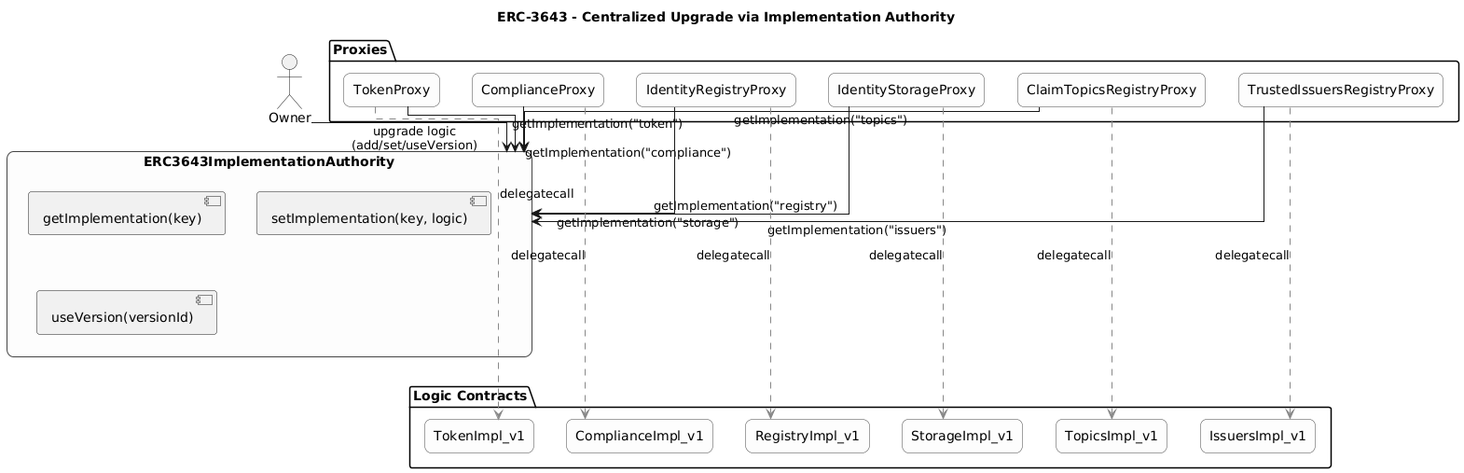
Earlier version of the PlantUML export docs/diagrams/ERC-3643/erc3643_implementation_authority.png (red-isbe/isbe-contracts).
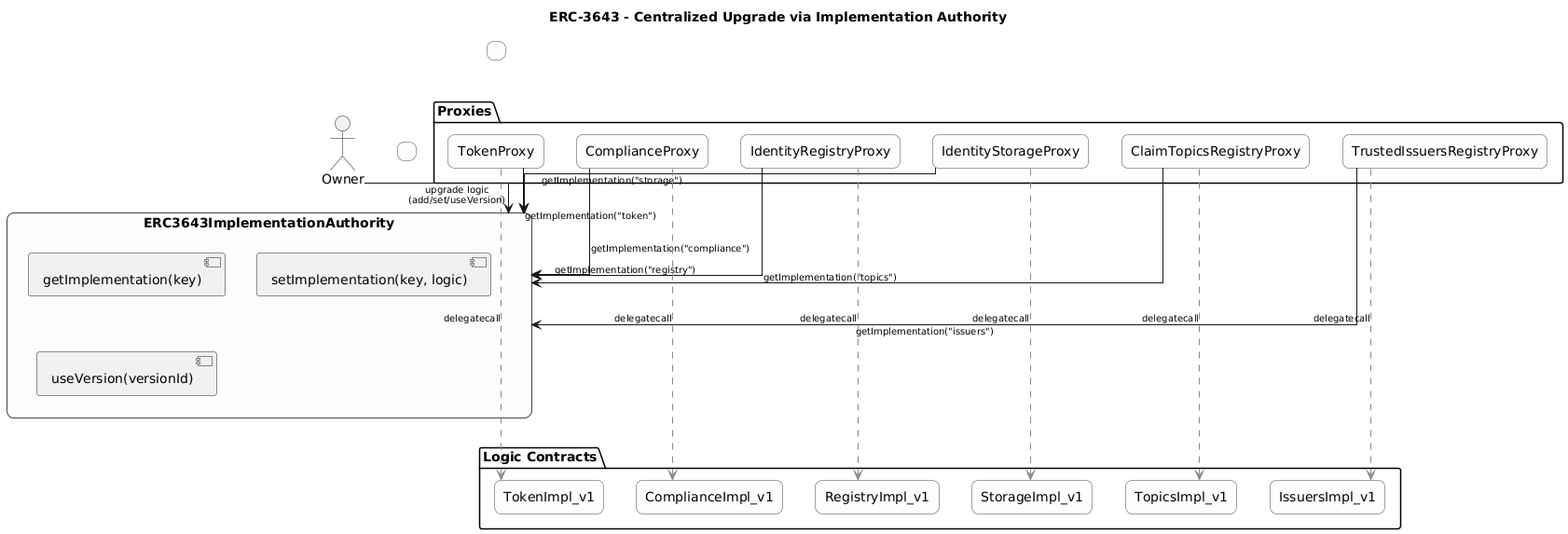
Above is the later version.

The edit, as a diff of the source:
```diff
@@ -8,6 +8,7 @@
   RoundCorner 15
 }
 skinparam defaultTextAlignment center
+skinparam ArrowFontSize 10
 
 actor Owner
 
@@ -17,6 +18,9 @@
   [useVersion(versionId)]
 }
 
+rectangle " " as Spacer1
+Spacer1 -[hidden]-> Authority
+
 package "Proxies" {
   rectangle TokenProxy
   rectangle ComplianceProxy
@@ -25,6 +29,9 @@
   rectangle ClaimTopicsRegistryProxy
   rectangle TrustedIssuersRegistryProxy
 }
+
+rectangle " " as Spacer2
+Spacer2 -[hidden]-> TokenProxy
 
 package "Logic Contracts" {
   rectangle TokenImpl_v1
```
